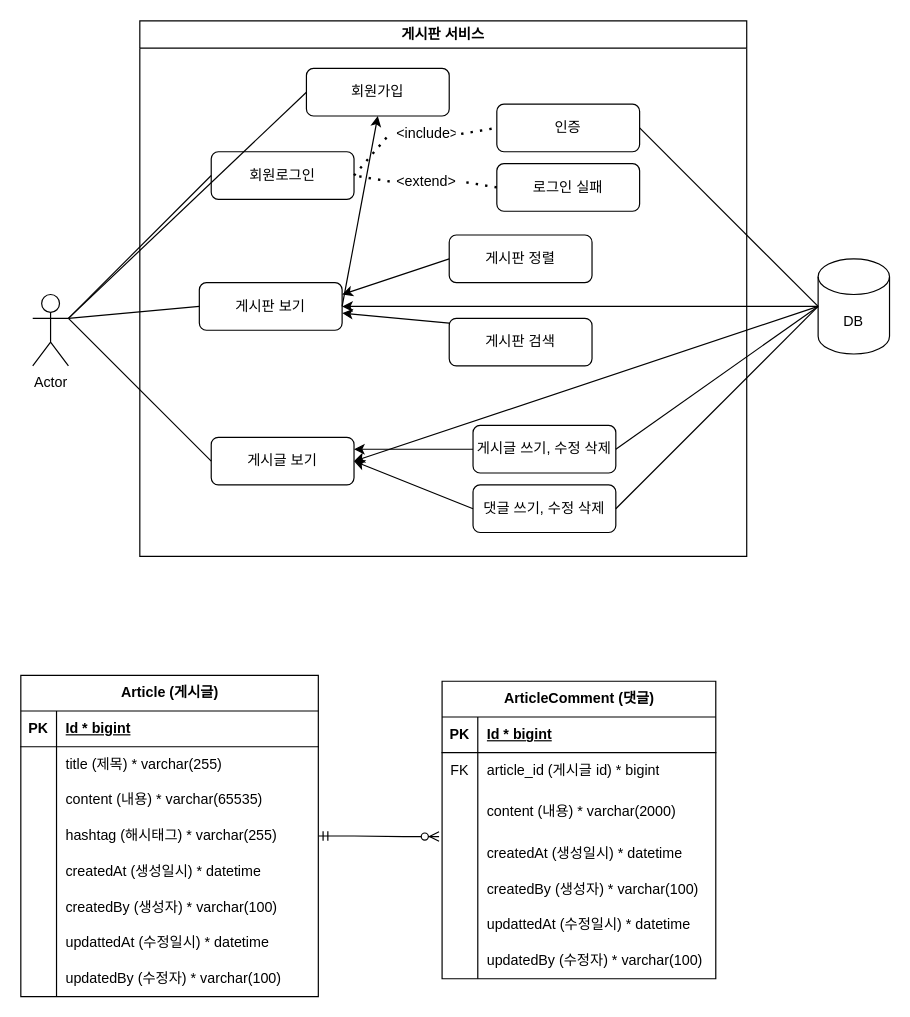
Earlier version of the draw.io diagram board.drawio (hyojin52/board). Source tidied: cells renumbered, new cells numbered last; positions are measured from the earlier drawing's top-left corner, leaving out a move shared by most shapes. Both pictures are drawn from the tidied source at 119%, with x=0, y=0 at pixel (20, 20).
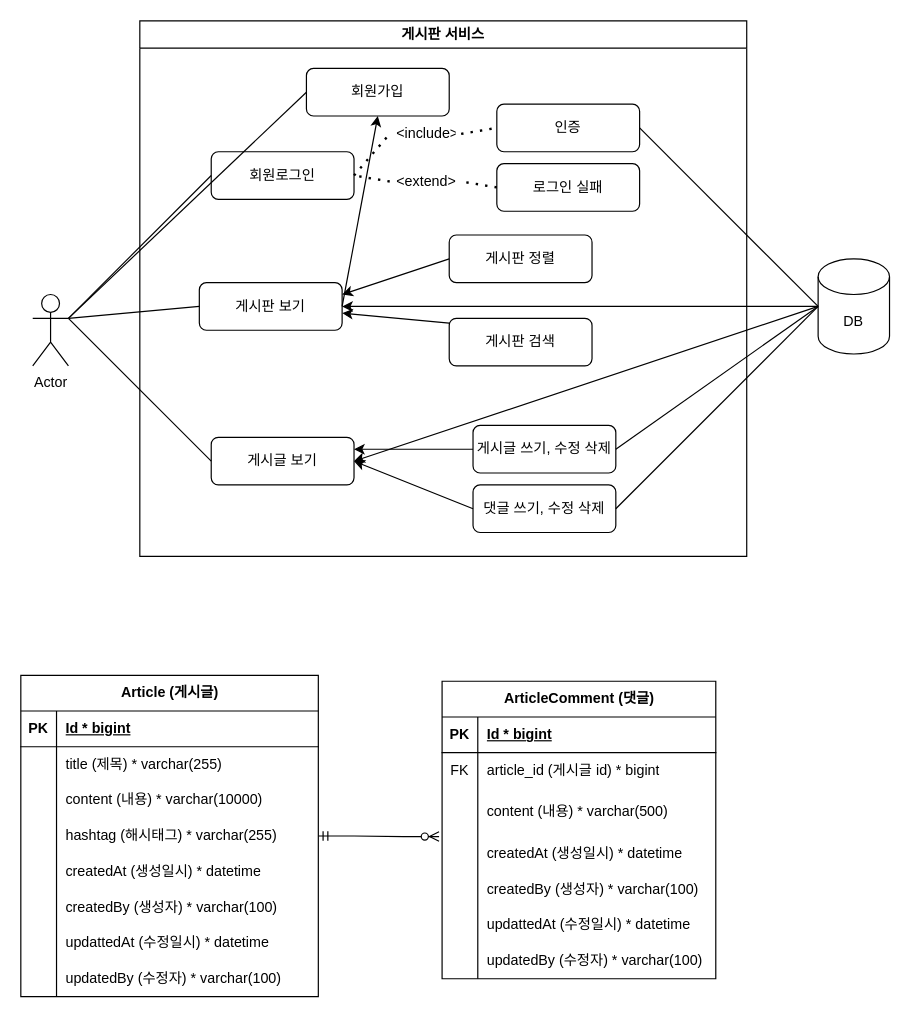
Above is the later version.

Commit message:
#6 - 인덱스 걸기 위해 타입 수정 - Article table > content - ArticleComment table > content

Unchanged cells that the change refers to:
```xml
<mxCell id="43" style="shape=tableRow;horizontal=0;startSize=0;swimlaneHead=0;swimlaneBody=0;fillColor=none;top=0;left=0;right=0;bottom=0;" parent="36" vertex="1">
  <mxGeometry y="90" width="250" height="30" as="geometry" />
</mxCell>
<mxCell id="68" style="shape=tableRow;horizontal=0;startSize=0;swimlaneHead=0;swimlaneBody=0;fillColor=none;top=0;left=0;right=0;bottom=0;" parent="61" vertex="1">
  <mxGeometry y="90" width="230" height="40" as="geometry" />
</mxCell>
```

What changed in the source:
```diff
@@
-    <mxCell id="45" value="content (내용) * varchar(65535)" style="shape=partialRectangle;fillColor=none;top=0;left=0;bottom=0;right=0;align=left;spacingLeft=6;overflow=hidden;whiteSpace=wrap;html=1;" parent="43" vertex="1">
+    <mxCell id="45" value="content (내용) * varchar(10000)" style="shape=partialRectangle;fillColor=none;top=0;left=0;bottom=0;right=0;align=left;spacingLeft=6;overflow=hidden;whiteSpace=wrap;html=1;" parent="43" vertex="1">
       <mxGeometry x="30" width="220" height="30" as="geometry" />
     </mxCell>
@@
-    <mxCell id="70" value="content (내용) * varchar(2000)" style="shape=partialRectangle;fillColor=none;top=0;left=0;bottom=0;right=0;align=left;spacingLeft=6;overflow=hidden;whiteSpace=wrap;html=1;" parent="68" vertex="1">
+    <mxCell id="70" value="content (내용) * varchar(500)" style="shape=partialRectangle;fillColor=none;top=0;left=0;bottom=0;right=0;align=left;spacingLeft=6;overflow=hidden;whiteSpace=wrap;html=1;" parent="68" vertex="1">
       <mxGeometry x="30" width="200" height="40" as="geometry" />
     </mxCell>
```
